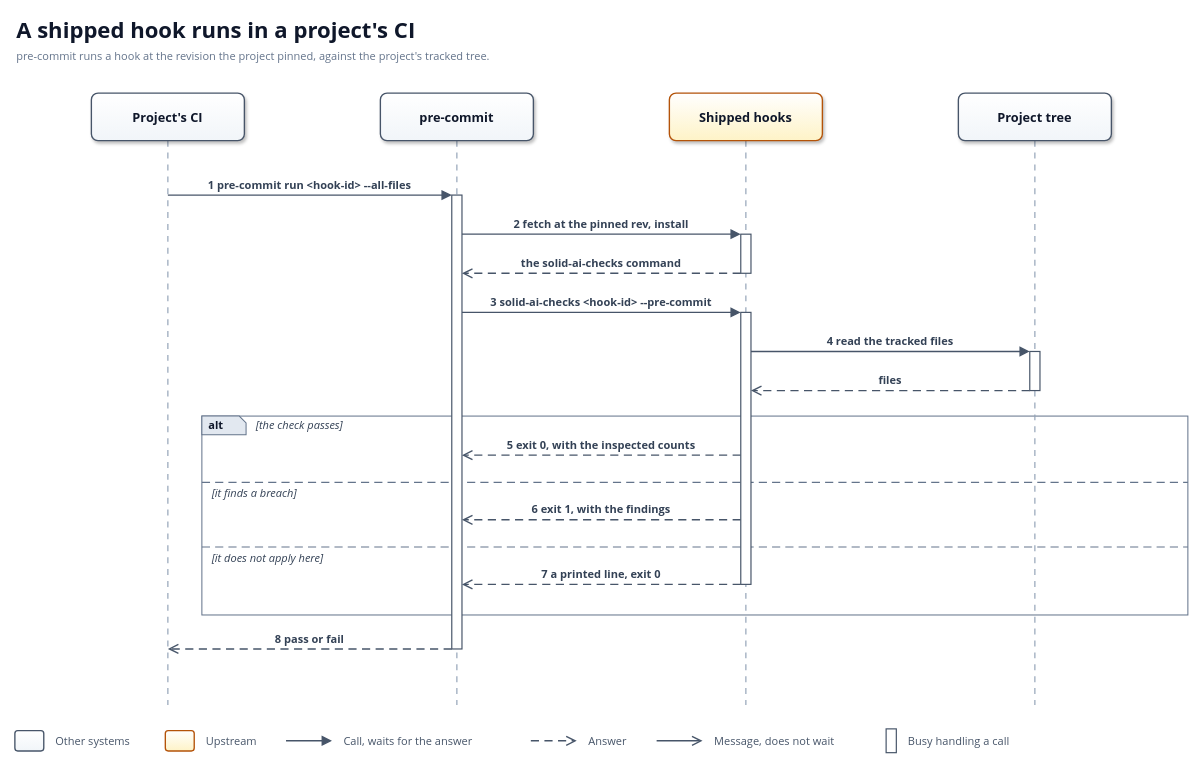
This is docs/diagrams/runtime-hook.drawio from solid-ai-dev/solid-ai-templates, a draw.io file, before an edit. Source tidied: cells renumbered, new cells numbered last; positions are measured from the earlier drawing's top-left corner, leaving out a move shared by most shapes. Both pictures are drawn from the tidied source at 85%, with x=0, y=0 at pixel (14, 14).
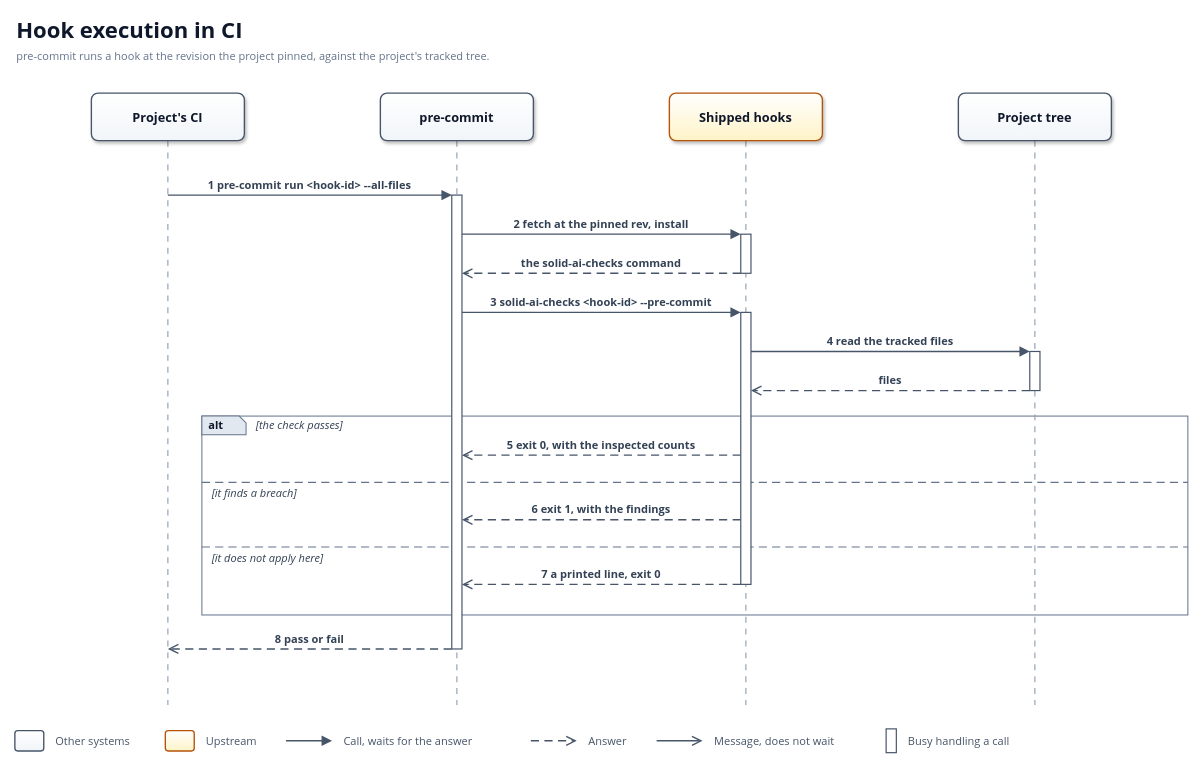
After the change.

The edit, as a diff of the source:
```diff
@@
-    <mxCell id="7" value="A shipped hook runs in a project's CI" style="text;html=1;whiteSpace=wrap;strokeColor=none;fillColor=none;align=left;verticalAlign=middle;fontFamily=Segoe UI;fontSize=26;fontColor=#0F172A;fontStyle=1;" parent="1" vertex="1">
+    <mxCell id="7" value="Hook execution in CI" style="text;html=1;whiteSpace=wrap;strokeColor=none;fillColor=none;align=left;verticalAlign=middle;fontFamily=Segoe UI;fontSize=26;fontColor=#0F172A;fontStyle=1;" parent="1" vertex="1">
       <mxGeometry width="1380" height="36" as="geometry" />
     </mxCell>
```
